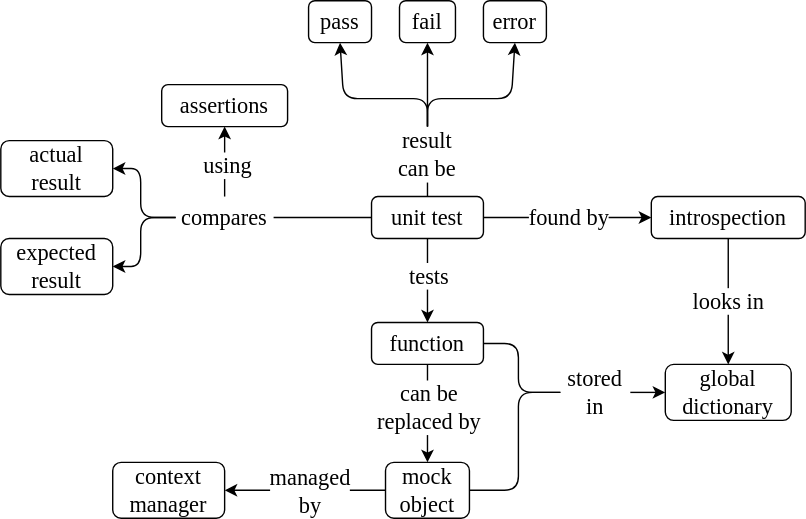
Earlier version of the draw.io export en/src/tester/tester_concept_map.svg (gvwilson/sdxpy). Source tidied: cells renumbered, new cells last; positions are measured from the earlier drawing's top-left corner, leaving out a move shared by most shapes.
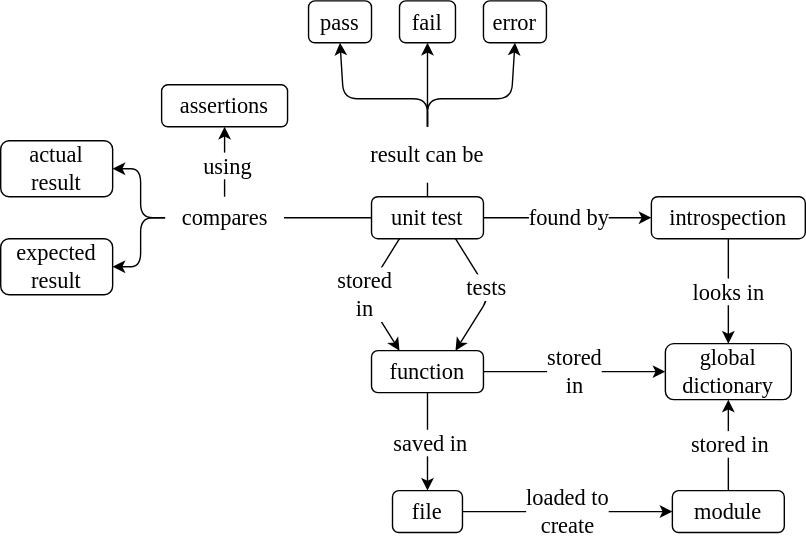
The same diagram one commit later.

Diff of the diagram source:
```diff
@@ -23,12 +23,6 @@
     <mxCell id="8" value="&lt;font style=&quot;font-size: 16px; line-height: 1;&quot;&gt;introspection&lt;br style=&quot;font-size: 16px;&quot;&gt;&lt;/font&gt;" style="rounded=1;whiteSpace=wrap;html=1;hachureGap=4;fontFamily=Verdana;fontSize=16;fillColor=none;" parent="1" vertex="1">
       <mxGeometry x="465" y="140" width="110" height="30" as="geometry" />
     </mxCell>
-    <mxCell id="9" value="&lt;font style=&quot;font-size: 16px; line-height: 1;&quot;&gt;mock object&lt;br style=&quot;font-size: 16px;&quot;&gt;&lt;/font&gt;" style="rounded=1;whiteSpace=wrap;html=1;hachureGap=4;fontFamily=Verdana;fontSize=16;fillColor=none;" parent="1" vertex="1">
-      <mxGeometry x="275" y="330" width="60" height="40" as="geometry" />
-    </mxCell>
-    <mxCell id="10" value="&lt;font style=&quot;font-size: 16px; line-height: 1;&quot;&gt;context manager&lt;br style=&quot;font-size: 16px;&quot;&gt;&lt;/font&gt;" style="rounded=1;whiteSpace=wrap;html=1;hachureGap=4;fontFamily=Verdana;fontSize=16;fillColor=none;" parent="1" vertex="1">
-      <mxGeometry x="80" y="330" width="80" height="40" as="geometry" />
-    </mxCell>
     <mxCell id="11" value="&lt;font style=&quot;font-size: 16px;&quot;&gt;assertions&lt;/font&gt;" style="rounded=1;whiteSpace=wrap;html=1;hachureGap=4;fontFamily=Verdana;fontSize=16;fillColor=none;" parent="1" vertex="1">
       <mxGeometry x="115" y="60" width="90" height="30" as="geometry" />
     </mxCell>
@@ -40,8 +34,8 @@
         </Array>
       </mxGeometry>
     </mxCell>
-    <mxCell id="13" value="result&lt;br style=&quot;font-size: 16px;&quot;&gt;can be" style="text;html=1;strokeColor=none;fillColor=none;align=center;verticalAlign=middle;whiteSpace=wrap;rounded=0;sketch=1;hachureGap=4;fontFamily=Verdana;fontSize=16;" parent="1" vertex="1">
-      <mxGeometry x="275" y="90" width="60" height="40" as="geometry" />
+    <mxCell id="13" value="result can be" style="text;html=1;strokeColor=none;fillColor=none;align=center;verticalAlign=middle;whiteSpace=wrap;rounded=0;sketch=1;hachureGap=4;fontFamily=Verdana;fontSize=16;" parent="1" vertex="1">
+      <mxGeometry x="240" y="90" width="130" height="40" as="geometry" />
     </mxCell>
     <mxCell id="14" style="endArrow=classic;html=1;rounded=1;hachureGap=4;fontFamily=Verdana;fontSize=16;sourcePerimeterSpacing=8;targetPerimeterSpacing=8;entryX=0.5;entryY=1;entryDx=0;entryDy=0;exitX=0.5;exitY=0;exitDx=0;exitDy=0;" parent="1" edge="1" source="13" target="5">
       <mxGeometry relative="1" as="geometry">
@@ -52,7 +46,7 @@
       </mxGeometry>
     </mxCell>
     <mxCell id="15" value="compares" style="text;html=1;strokeColor=none;fillColor=none;align=center;verticalAlign=middle;whiteSpace=wrap;rounded=0;sketch=1;hachureGap=4;fontFamily=Verdana;fontSize=16;" parent="1" vertex="1">
-      <mxGeometry x="125" y="140" width="70" height="30" as="geometry" />
+      <mxGeometry x="117.5" y="140" width="85" height="30" as="geometry" />
     </mxCell>
     <mxCell id="16" style="endArrow=none;html=1;rounded=0;hachureGap=4;fontFamily=Verdana;fontSize=16;sourcePerimeterSpacing=8;targetPerimeterSpacing=8;curved=1;entryX=0;entryY=0.5;entryDx=0;entryDy=0;exitX=1;exitY=0.5;exitDx=0;exitDy=0;" parent="1" edge="1" source="15" target="2">
       <mxGeometry relative="1" as="geometry" />
@@ -80,67 +74,66 @@
       <mxGeometry x="-0.1" y="-1" relative="1" as="geometry" />
     </mxCell>
     <mxCell id="21" value="&lt;font style=&quot;font-size: 16px;&quot;&gt;function&lt;/font&gt;" style="rounded=1;whiteSpace=wrap;html=1;hachureGap=4;fontFamily=Verdana;fontSize=16;fillColor=none;" parent="1" vertex="1">
-      <mxGeometry x="265" y="230" width="80" height="30" as="geometry" />
+      <mxGeometry x="265" y="250" width="80" height="30" as="geometry" />
     </mxCell>
-    <mxCell id="22" style="endArrow=classic;html=1;rounded=0;hachureGap=4;fontFamily=Verdana;fontSize=16;sourcePerimeterSpacing=8;targetPerimeterSpacing=8;curved=1;exitX=0.5;exitY=1;exitDx=0;exitDy=0;entryX=0.5;entryY=0;entryDx=0;entryDy=0;" parent="1" edge="1" source="2" target="21">
-      <mxGeometry relative="1" as="geometry" />
+    <mxCell id="22" style="endArrow=classic;html=1;rounded=1;hachureGap=4;fontFamily=Verdana;fontSize=16;sourcePerimeterSpacing=8;targetPerimeterSpacing=8;exitX=0.75;exitY=1;exitDx=0;exitDy=0;entryX=0.75;entryY=0;entryDx=0;entryDy=0;" parent="1" edge="1" source="2" target="21">
+      <mxGeometry relative="1" as="geometry">
+        <Array as="points">
+          <mxPoint x="350" y="210" />
+        </Array>
+      </mxGeometry>
     </mxCell>
     <mxCell id="23" value="tests" style="edgeLabel;html=1;align=center;verticalAlign=middle;fontSize=16;fontFamily=Verdana;" parent="22" vertex="1">
       <mxGeometry x="-0.13" relative="1" as="geometry" />
     </mxCell>
-    <mxCell id="24" style="endArrow=classic;html=1;rounded=0;hachureGap=4;fontFamily=Verdana;fontSize=16;sourcePerimeterSpacing=8;targetPerimeterSpacing=8;curved=1;entryX=0.5;entryY=0;entryDx=0;entryDy=0;exitX=0.5;exitY=1;exitDx=0;exitDy=0;" parent="1" edge="1" source="21" target="9">
-      <mxGeometry relative="1" as="geometry" />
-    </mxCell>
-    <mxCell id="25" value="can be&lt;br style=&quot;font-size: 16px;&quot;&gt;replaced by" style="edgeLabel;html=1;align=center;verticalAlign=middle;fontSize=16;fontFamily=Verdana;" parent="24" vertex="1">
-      <mxGeometry x="-0.15" relative="1" as="geometry" />
-    </mxCell>
     <mxCell id="26" style="endArrow=classic;html=1;rounded=0;hachureGap=4;fontFamily=Verdana;fontSize=16;sourcePerimeterSpacing=8;targetPerimeterSpacing=8;curved=1;entryX=0;entryY=0.5;entryDx=0;entryDy=0;exitX=1;exitY=0.5;exitDx=0;exitDy=0;" parent="1" edge="1" source="2" target="8">
       <mxGeometry relative="1" as="geometry" />
     </mxCell>
     <mxCell id="27" value="found by" style="edgeLabel;html=1;align=center;verticalAlign=middle;fontSize=16;fontFamily=Verdana;" parent="26" vertex="1">
       <mxGeometry y="1" relative="1" as="geometry" />
     </mxCell>
-    <mxCell id="28" style="endArrow=classic;html=1;rounded=1;hachureGap=4;fontFamily=Verdana;fontSize=16;sourcePerimeterSpacing=8;targetPerimeterSpacing=8;entryX=1;entryY=0.5;entryDx=0;entryDy=0;exitX=0;exitY=0.5;exitDx=0;exitDy=0;" parent="1" edge="1" source="9" target="10">
-      <mxGeometry relative="1" as="geometry" />
-    </mxCell>
-    <mxCell id="29" value="managed&lt;br style=&quot;font-size: 16px;&quot;&gt;by" style="edgeLabel;html=1;align=center;verticalAlign=middle;fontSize=16;fontFamily=Verdana;spacingLeft=2;spacingRight=2;" parent="28" vertex="1">
-      <mxGeometry x="0.1" y="1" relative="1" as="geometry">
-        <mxPoint x="9" y="-1" as="offset" />
-      </mxGeometry>
-    </mxCell>
     <mxCell id="30" value="&lt;font style=&quot;font-size: 16px;&quot;&gt;global dictionary&lt;/font&gt;" style="rounded=1;whiteSpace=wrap;html=1;hachureGap=4;fontFamily=Verdana;fontSize=16;fillColor=none;" parent="1" vertex="1">
-      <mxGeometry x="475" y="260" width="90" height="40" as="geometry" />
+      <mxGeometry x="475" y="245" width="90" height="40" as="geometry" />
     </mxCell>
     <mxCell id="31" value="looks in" style="endArrow=classic;html=1;rounded=1;hachureGap=4;fontFamily=Verdana;fontSize=16;sourcePerimeterSpacing=8;targetPerimeterSpacing=8;entryX=0.5;entryY=0;entryDx=0;entryDy=0;exitX=0.5;exitY=1;exitDx=0;exitDy=0;" parent="1" edge="1" source="8" target="30">
       <mxGeometry relative="1" as="geometry" />
     </mxCell>
-    <mxCell id="32" value="stored in" style="text;html=1;strokeColor=none;fillColor=none;align=center;verticalAlign=middle;whiteSpace=wrap;rounded=0;hachureGap=4;fontFamily=Verdana;fontSize=16;" parent="1" vertex="1">
-      <mxGeometry x="400" y="265" width="50" height="30" as="geometry" />
-    </mxCell>
-    <mxCell id="33" style="endArrow=none;html=1;rounded=1;hachureGap=4;fontFamily=Verdana;fontSize=16;sourcePerimeterSpacing=8;targetPerimeterSpacing=8;entryX=0;entryY=0.5;entryDx=0;entryDy=0;exitX=1;exitY=0.5;exitDx=0;exitDy=0;" parent="1" edge="1" source="21" target="32">
-      <mxGeometry relative="1" as="geometry">
-        <Array as="points">
-          <mxPoint x="370" y="245" />
-          <mxPoint x="370" y="280" />
-        </Array>
-      </mxGeometry>
-    </mxCell>
-    <mxCell id="34" style="endArrow=none;html=1;rounded=1;hachureGap=4;fontFamily=Verdana;fontSize=16;sourcePerimeterSpacing=8;targetPerimeterSpacing=8;entryX=0;entryY=0.5;entryDx=0;entryDy=0;exitX=1;exitY=0.5;exitDx=0;exitDy=0;" parent="1" edge="1" source="9" target="32">
-      <mxGeometry relative="1" as="geometry">
-        <Array as="points">
-          <mxPoint x="370" y="350" />
-          <mxPoint x="370" y="280" />
-        </Array>
-      </mxGeometry>
-    </mxCell>
-    <mxCell id="35" style="endArrow=classic;html=1;rounded=1;hachureGap=4;fontFamily=Verdana;fontSize=16;sourcePerimeterSpacing=8;targetPerimeterSpacing=8;entryX=0;entryY=0.5;entryDx=0;entryDy=0;exitX=1;exitY=0.5;exitDx=0;exitDy=0;" parent="1" edge="1" source="32" target="30">
-      <mxGeometry relative="1" as="geometry" />
-    </mxCell>
     <mxCell id="36" style="endArrow=classic;html=1;rounded=1;hachureGap=4;fontFamily=Verdana;fontSize=16;sourcePerimeterSpacing=8;targetPerimeterSpacing=8;entryX=0.5;entryY=1;entryDx=0;entryDy=0;exitX=0.5;exitY=0;exitDx=0;exitDy=0;" parent="1" edge="1" source="13" target="4">
       <mxGeometry relative="1" as="geometry" />
     </mxCell>
     <mxCell id="37" style="endArrow=none;html=1;rounded=0;exitX=0.5;exitY=0;exitDx=0;exitDy=0;entryX=0.5;entryY=1;entryDx=0;entryDy=0;" parent="1" edge="1" source="2" target="13">
       <mxGeometry relative="1" as="geometry" />
     </mxCell>
+    <mxCell id="38" style="endArrow=classic;html=1;rounded=0;hachureGap=4;fontFamily=Verdana;fontSize=16;sourcePerimeterSpacing=8;targetPerimeterSpacing=8;curved=1;entryX=0.5;entryY=0;entryDx=0;entryDy=0;exitX=0.5;exitY=1;exitDx=0;exitDy=0;" parent="1" edge="1" source="21" target="41">
+      <mxGeometry relative="1" as="geometry" />
+    </mxCell>
+    <mxCell id="39" value="saved in" style="edgeLabel;html=1;align=center;verticalAlign=middle;fontSize=16;fontFamily=Verdana;" parent="38" vertex="1">
+      <mxGeometry y="1" relative="1" as="geometry" />
+    </mxCell>
+    <mxCell id="40" value="&lt;font style=&quot;font-size: 16px&quot; face=&quot;Verdana&quot;&gt;stored&lt;br&gt;in&lt;/font&gt;" style="endArrow=classic;html=1;rounded=1;exitX=0.25;exitY=1;exitDx=0;exitDy=0;entryX=0.25;entryY=0;entryDx=0;entryDy=0;" parent="1" edge="1" source="2" target="21">
+      <mxGeometry relative="1" as="geometry">
+        <Array as="points">
+          <mxPoint x="260" y="210" />
+        </Array>
+      </mxGeometry>
+    </mxCell>
+    <mxCell id="41" value="&lt;font style=&quot;font-size: 16px&quot;&gt;file&lt;/font&gt;" style="rounded=1;whiteSpace=wrap;html=1;hachureGap=4;fontFamily=Verdana;fontSize=16;fillColor=none;" parent="1" vertex="1">
+      <mxGeometry x="280" y="350" width="50" height="30" as="geometry" />
+    </mxCell>
+    <mxCell id="42" value="&lt;font style=&quot;font-size: 16px&quot;&gt;module&lt;/font&gt;" style="rounded=1;whiteSpace=wrap;html=1;hachureGap=4;fontFamily=Verdana;fontSize=16;fillColor=none;" parent="1" vertex="1">
+      <mxGeometry x="480" y="350" width="80" height="30" as="geometry" />
+    </mxCell>
+    <mxCell id="43" value="loaded to&lt;br&gt;create" style="endArrow=classic;html=1;rounded=1;fontFamily=Verdana;fontSize=16;exitX=1;exitY=0.5;exitDx=0;exitDy=0;entryX=0;entryY=0.5;entryDx=0;entryDy=0;" parent="1" edge="1" source="41" target="42">
+      <mxGeometry relative="1" as="geometry" />
+    </mxCell>
+    <mxCell id="44" style="endArrow=classic;html=1;rounded=1;fontFamily=Verdana;fontSize=16;entryX=0.5;entryY=1;entryDx=0;entryDy=0;" parent="1" edge="1" source="42" target="30">
+      <mxGeometry relative="1" as="geometry" />
+    </mxCell>
+    <mxCell id="45" value="stored in" style="edgeLabel;html=1;align=center;verticalAlign=middle;fontSize=16;fontFamily=Verdana;" parent="44" vertex="1">
+      <mxGeometry x="0.05" relative="1" as="geometry" />
+    </mxCell>
+    <mxCell id="46" value="stored&lt;br&gt;in" style="endArrow=classic;html=1;rounded=1;fontFamily=Verdana;fontSize=16;exitX=1;exitY=0.5;exitDx=0;exitDy=0;entryX=0;entryY=0.5;entryDx=0;entryDy=0;" parent="1" edge="1" source="21" target="30">
+      <mxGeometry relative="1" as="geometry" />
+    </mxCell>
   </root>
 </mxGraphModel>
```
